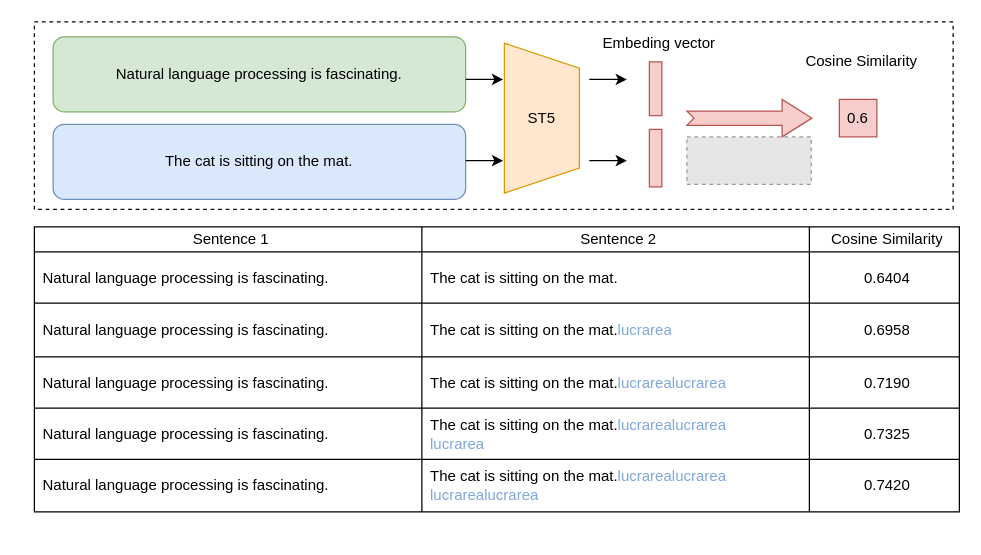
The draw.io diagram sticky_token_example.drawio in March-7/StickyToken, before the edit. Source tidied: cells renumbered, new cells numbered last; positions are measured from the earlier drawing's top-left corner, leaving out a move shared by most shapes. Both pictures are drawn from the tidied source at 125%, with x=0, y=0 at pixel (34, 21). Pictures stored in the file or linked from it are replaced by grey dashed boxes.
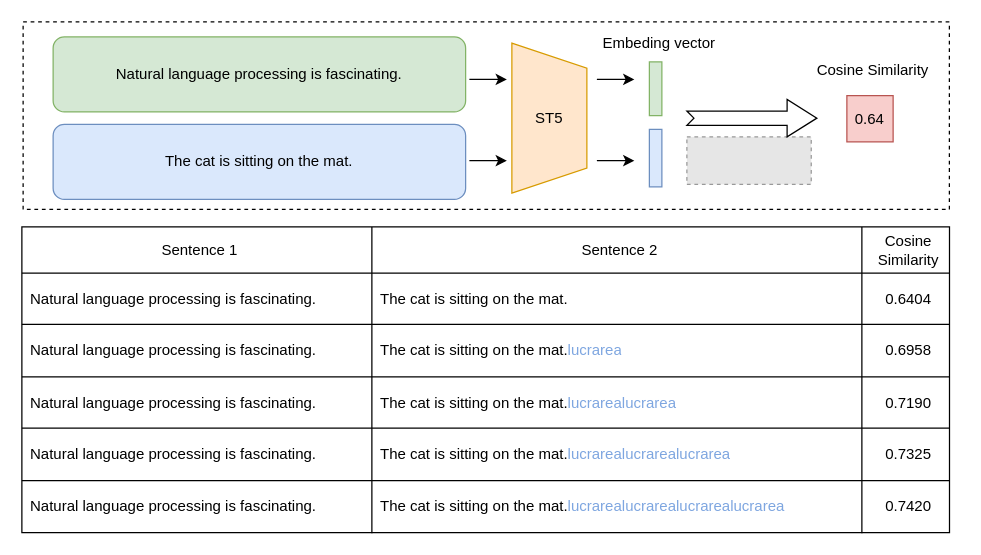
The same page after the edit.

What changed in the source:
```diff
@@
     <mxCell id="2" style="rounded=0;whiteSpace=wrap;html=1;align=center;verticalAlign=middle;fontFamily=Helvetica;fontSize=11;fontColor=default;textOpacity=30;labelBorderColor=#000000;fillColor=none;dashed=1;" parent="1" vertex="1">
-      <mxGeometry width="735" height="150" as="geometry" />
+      <mxGeometry x="-9" width="741" height="150" as="geometry" />
     </mxCell>
@@
     <mxCell id="5" style="shape=trapezoid;perimeter=trapezoidPerimeter;whiteSpace=wrap;html=1;fixedSize=1;rotation=90;fillColor=#ffe6cc;strokeColor=#d79b00;" parent="1" vertex="1">
-      <mxGeometry x="346" y="47" width="120" height="60" as="geometry" />
+      <mxGeometry x="352" y="47" width="120" height="60" as="geometry" />
     </mxCell>
     <mxCell id="6" style="endArrow=classic;html=1;rounded=0;" parent="1" edge="1">
       <mxGeometry relative="1" as="geometry">
-        <mxPoint x="345" y="46" as="sourcePoint" />
-        <mxPoint x="375" y="46" as="targetPoint" />
+        <mxPoint x="348" y="46" as="sourcePoint" />
+        <mxPoint x="378" y="46" as="targetPoint" />
       </mxGeometry>
     </mxCell>
     <mxCell id="7" style="endArrow=classic;html=1;rounded=0;" parent="1" edge="1">
       <mxGeometry relative="1" as="geometry">
-        <mxPoint x="345" y="111" as="sourcePoint" />
-        <mxPoint x="375" y="111" as="targetPoint" />
+        <mxPoint x="348" y="111" as="sourcePoint" />
+        <mxPoint x="378" y="111" as="targetPoint" />
       </mxGeometry>
     </mxCell>
     <mxCell id="8" value="ST5" style="text;strokeColor=none;align=center;fillColor=none;html=1;verticalAlign=middle;whiteSpace=wrap;rounded=0;" parent="1" vertex="1">
-      <mxGeometry x="376" y="62" width="60" height="30" as="geometry" />
+      <mxGeometry x="382" y="62" width="60" height="30" as="geometry" />
     </mxCell>
@@
     <mxCell id="10" style="endArrow=classic;html=1;rounded=0;" parent="1" edge="1">
       <mxGeometry relative="1" as="geometry">
-        <mxPoint x="444" y="46" as="sourcePoint" />
-        <mxPoint x="474" y="46" as="targetPoint" />
+        <mxPoint x="450" y="46" as="sourcePoint" />
+        <mxPoint x="480" y="46" as="targetPoint" />
       </mxGeometry>
     </mxCell>
     <mxCell id="11" style="endArrow=classic;html=1;rounded=0;" parent="1" edge="1">
       <mxGeometry relative="1" as="geometry">
-        <mxPoint x="444" y="111" as="sourcePoint" />
-        <mxPoint x="474" y="111" as="targetPoint" />
+        <mxPoint x="450" y="111" as="sourcePoint" />
+        <mxPoint x="480" y="111" as="targetPoint" />
       </mxGeometry>
     </mxCell>
-    <mxCell id="12" style="rounded=0;whiteSpace=wrap;html=1;fillColor=#f8cecc;strokeColor=#b85450;" parent="1" vertex="1">
+    <mxCell id="12" style="rounded=0;whiteSpace=wrap;html=1;fillColor=#d5e8d4;strokeColor=#82b366;" parent="1" vertex="1">
       <mxGeometry x="492" y="32" width="10" height="43" as="geometry" />
     </mxCell>
-    <mxCell id="13" style="rounded=0;whiteSpace=wrap;html=1;fillColor=#f8cecc;strokeColor=#b85450;" parent="1" vertex="1">
+    <mxCell id="13" style="rounded=0;whiteSpace=wrap;html=1;fillColor=#dae8fc;strokeColor=#6c8ebf;" parent="1" vertex="1">
       <mxGeometry x="492" y="86" width="10" height="46" as="geometry" />
     </mxCell>
@@
-    <mxCell id="15" style="html=1;shadow=0;dashed=0;align=center;verticalAlign=middle;shape=mxgraph.arrows2.arrow;dy=0.62;dx=23.81;notch=5.64;fillColor=#f8cecc;strokeColor=#b85450;" parent="1" vertex="1">
-      <mxGeometry x="522" y="62" width="100" height="30" as="geometry" />
+    <mxCell id="15" style="html=1;shadow=0;dashed=0;align=center;verticalAlign=middle;shape=mxgraph.arrows2.arrow;dy=0.62;dx=23.81;notch=5.64;" parent="1" vertex="1">
+      <mxGeometry x="522" y="62" width="104" height="30" as="geometry" />
     </mxCell>
-    <mxCell id="16" value="0.6" style="whiteSpace=wrap;html=1;fillColor=#f8cecc;strokeColor=#b85450;" parent="1" vertex="1">
-      <mxGeometry x="644" y="62" width="30" height="30" as="geometry" />
+    <mxCell id="16" value="0.64" style="whiteSpace=wrap;html=1;fillColor=#f8cecc;strokeColor=#b85450;" parent="1" vertex="1">
+      <mxGeometry x="650" y="59" width="37" height="37" as="geometry" />
     </mxCell>
     <mxCell id="17" value="Cosine Similarity" style="text;strokeColor=none;align=center;fillColor=none;html=1;verticalAlign=middle;whiteSpace=wrap;rounded=0;" parent="1" vertex="1">
-      <mxGeometry x="602" y="17" width="120" height="30" as="geometry" />
+      <mxGeometry x="611" y="24" width="120" height="30" as="geometry" />
     </mxCell>
-    <mxCell id="18" style="shape=table;startSize=0;childLayout=tableLayout;fontSize=11;labelBorderColor=default;textOpacity=30;swimlaneFillColor=none;rounded=0;swimlaneLine=1;" parent="1" vertex="1">
-      <mxGeometry y="164" width="740" height="228" as="geometry" />
+    <mxCell id="18" style="shape=table;startSize=0;childLayout=tableLayout;fontSize=11;labelBorderColor=default;textOpacity=30;swimlaneFillColor=none;rounded=0;swimlaneLine=1;fillColor=none;" parent="1" vertex="1">
+      <mxGeometry x="-10" y="164" width="742.1" height="244.6" as="geometry" />
     </mxCell>
     <mxCell id="19" style="shape=tableRow;horizontal=0;startSize=0;swimlaneHead=0;swimlaneBody=0;strokeColor=inherit;top=0;left=0;bottom=0;right=0;fillColor=none;fontSize=16;swimlaneLine=0;" parent="18" vertex="1">
-      <mxGeometry width="740" height="20" as="geometry" />
+      <mxGeometry width="742.1" height="37" as="geometry" />
     </mxCell>
     <mxCell id="20" value="&lt;span style=&quot;&quot;&gt;Sentence 1&lt;/span&gt;" style="shape=partialRectangle;html=1;whiteSpace=wrap;strokeColor=inherit;overflow=hidden;fillColor=none;top=0;left=0;bottom=0;right=0;fontSize=12;align=center;spacingLeft=5;" parent="19" vertex="1">
-      <mxGeometry width="310" height="20" as="geometry" />
+      <mxGeometry width="280" height="37" as="geometry" />
     </mxCell>
     <mxCell id="21" value="&lt;span style=&quot;&quot;&gt;Sentence 2&lt;/span&gt;" style="shape=partialRectangle;html=1;whiteSpace=wrap;strokeColor=inherit;overflow=hidden;fillColor=none;top=0;left=0;bottom=0;right=0;fontSize=12;align=center;spacingLeft=5;" parent="19" vertex="1">
-      <mxGeometry x="310" width="310" height="20" as="geometry" />
+      <mxGeometry x="280" width="392" height="37" as="geometry" />
     </mxCell>
     <mxCell id="22" value="&lt;span style=&quot;&quot;&gt;Cosine Similarity&lt;/span&gt;" style="shape=partialRectangle;html=1;whiteSpace=wrap;strokeColor=inherit;overflow=hidden;fillColor=none;top=0;left=0;bottom=0;right=0;fontSize=12;align=center;spacingLeft=5;" parent="19" vertex="1">
-      <mxGeometry x="620" width="120" height="20" as="geometry" />
+      <mxGeometry x="672" width="70" height="37" as="geometry" />
     </mxCell>
     <mxCell id="23" style="shape=tableRow;horizontal=0;startSize=0;swimlaneHead=0;swimlaneBody=0;strokeColor=inherit;top=0;left=0;bottom=0;right=0;fillColor=none;fontSize=16;" parent="18" vertex="1">
-      <mxGeometry y="20" width="740" height="41" as="geometry" />
+      <mxGeometry y="37" width="742.1" height="41" as="geometry" />
     </mxCell>
     <mxCell id="24" value="&lt;span style=&quot;text-align: center;&quot;&gt;Natural language processing is fascinating.&lt;/span&gt;" style="shape=partialRectangle;html=1;whiteSpace=wrap;strokeColor=inherit;overflow=hidden;fillColor=none;top=0;left=0;bottom=0;right=0;fontSize=12;align=left;spacingLeft=5;" parent="23" vertex="1">
-      <mxGeometry width="310" height="41" as="geometry" />
+      <mxGeometry width="280" height="41" as="geometry" />
     </mxCell>
     <mxCell id="25" value="&lt;span style=&quot;text-align: center;&quot;&gt;The cat is sitting on the mat.&lt;/span&gt;" style="shape=partialRectangle;html=1;whiteSpace=wrap;strokeColor=inherit;overflow=hidden;fillColor=none;top=0;left=0;bottom=0;right=0;fontSize=12;align=left;spacingLeft=5;" parent="23" vertex="1">
-      <mxGeometry x="310" width="310" height="41" as="geometry" />
+      <mxGeometry x="280" width="392" height="41" as="geometry" />
     </mxCell>
     <mxCell id="26" value="&lt;span style=&quot;&quot;&gt;0.6404&lt;/span&gt;" style="shape=partialRectangle;html=1;whiteSpace=wrap;strokeColor=inherit;overflow=hidden;fillColor=none;top=0;left=0;bottom=0;right=0;fontSize=12;align=center;spacingLeft=5;" parent="23" vertex="1">
-      <mxGeometry x="620" width="120" height="41" as="geometry" />
+      <mxGeometry x="672" width="70" height="41" as="geometry" />
     </mxCell>
     <mxCell id="27" style="shape=tableRow;horizontal=0;startSize=0;swimlaneHead=0;swimlaneBody=0;strokeColor=inherit;top=0;left=0;bottom=0;right=0;fillColor=none;fontSize=16;" parent="18" vertex="1">
-      <mxGeometry y="61" width="740" height="43" as="geometry" />
+      <mxGeometry y="78" width="742.1" height="42" as="geometry" />
     </mxCell>
     <mxCell id="28" value="&lt;span style=&quot;text-align: center;&quot;&gt;Natural language processing is fascinating.&lt;/span&gt;" style="shape=partialRectangle;html=1;whiteSpace=wrap;strokeColor=inherit;overflow=hidden;fillColor=none;top=0;left=0;bottom=0;right=0;fontSize=12;align=left;spacingLeft=5;" parent="27" vertex="1">
-      <mxGeometry width="310" height="43" as="geometry" />
+      <mxGeometry width="280" height="42" as="geometry" />
     </mxCell>
     <mxCell id="29" value="&lt;span style=&quot;text-align: center;&quot;&gt;The cat is sitting on the mat.&lt;font style=&quot;color: rgb(126, 166, 224);&quot;&gt;lucrarea&lt;/font&gt;&lt;/span&gt;" style="shape=partialRectangle;html=1;whiteSpace=wrap;strokeColor=inherit;overflow=hidden;fillColor=none;top=0;left=0;bottom=0;right=0;fontSize=12;align=left;spacingLeft=5;" parent="27" vertex="1">
-      <mxGeometry x="310" width="310" height="43" as="geometry" />
+      <mxGeometry x="280" width="392" height="42" as="geometry" />
     </mxCell>
     <mxCell id="30" value="&lt;span style=&quot;&quot;&gt;0.6958&lt;/span&gt;" style="shape=partialRectangle;html=1;whiteSpace=wrap;strokeColor=inherit;overflow=hidden;fillColor=none;top=0;left=0;bottom=0;right=0;fontSize=12;align=center;spacingLeft=5;" parent="27" vertex="1">
-      <mxGeometry x="620" width="120" height="43" as="geometry" />
+      <mxGeometry x="672" width="70" height="42" as="geometry" />
     </mxCell>
     <mxCell id="31" style="shape=tableRow;horizontal=0;startSize=0;swimlaneHead=0;swimlaneBody=0;strokeColor=inherit;top=0;left=0;bottom=0;right=0;fillColor=none;fontSize=16;" parent="18" vertex="1">
-      <mxGeometry y="104" width="740" height="41" as="geometry" />
+      <mxGeometry y="120" width="742.1" height="41" as="geometry" />
     </mxCell>
     <mxCell id="32" value="&lt;span style=&quot;text-align: center;&quot;&gt;Natural language processing is fascinating.&lt;/span&gt;" style="shape=partialRectangle;html=1;whiteSpace=wrap;strokeColor=inherit;overflow=hidden;fillColor=none;top=0;left=0;bottom=0;right=0;fontSize=12;align=left;spacingLeft=5;" parent="31" vertex="1">
-      <mxGeometry width="310" height="41" as="geometry" />
+      <mxGeometry width="280" height="41" as="geometry" />
     </mxCell>
     <mxCell id="33" value="&lt;span&gt;&lt;span style=&quot;text-align: center; float: none; color: rgb(0, 0, 0); display: inline !important;&quot;&gt;The cat is sitting on the mat.&lt;/span&gt;&lt;/span&gt;&lt;span style=&quot;color: rgb(126, 166, 224); text-align: center;&quot;&gt;lucrarea&lt;/span&gt;&lt;span style=&quot;color: rgb(126, 166, 224); text-align: center;&quot;&gt;lucrarea&lt;/span&gt;" style="shape=partialRectangle;html=1;whiteSpace=wrap;strokeColor=inherit;overflow=hidden;fillColor=none;top=0;left=0;bottom=0;right=0;fontSize=12;align=left;spacingLeft=5;" parent="31" vertex="1">
-      <mxGeometry x="310" width="310" height="41" as="geometry" />
+      <mxGeometry x="280" width="392" height="41" as="geometry" />
     </mxCell>
     <mxCell id="34" value="&lt;span style=&quot;&quot;&gt;0.7190&lt;/span&gt;" style="shape=partialRectangle;html=1;whiteSpace=wrap;strokeColor=inherit;overflow=hidden;fillColor=none;top=0;left=0;bottom=0;right=0;fontSize=12;align=center;spacingLeft=5;" parent="31" vertex="1">
-      <mxGeometry x="620" width="120" height="41" as="geometry" />
+      <mxGeometry x="672" width="70" height="41" as="geometry" />
     </mxCell>
     <mxCell id="35" style="shape=tableRow;horizontal=0;startSize=0;swimlaneHead=0;swimlaneBody=0;strokeColor=inherit;top=0;left=0;bottom=0;right=0;fillColor=none;fontSize=16;" parent="18" vertex="1">
-      <mxGeometry y="145" width="740" height="41" as="geometry" />
+      <mxGeometry y="161" width="742.1" height="42" as="geometry" />
     </mxCell>
     <mxCell id="36" value="&lt;span style=&quot;orphans: 2; text-align: center; text-indent: 0px; widows: 2; text-decoration-thickness: initial; text-decoration-style: initial; text-decoration-color: initial; float: none; color: rgb(0, 0, 0); display: inline !important;&quot;&gt;Natural language processing is fascinating.&lt;/span&gt;" style="shape=partialRectangle;html=1;whiteSpace=wrap;strokeColor=inherit;overflow=hidden;fillColor=none;top=0;left=0;bottom=0;right=0;fontSize=12;align=left;spacingLeft=5;" parent="35" vertex="1">
-      <mxGeometry width="310" height="41" as="geometry" />
+      <mxGeometry width="280" height="42" as="geometry" />
     </mxCell>
-    <mxCell id="37" value="&lt;span&gt;&lt;span style=&quot;text-align: center; float: none; color: rgb(0, 0, 0); display: inline !important;&quot;&gt;The cat is sitting on the mat.&lt;/span&gt;&lt;/span&gt;&lt;span style=&quot;background-color: transparent; color: rgb(126, 166, 224); text-align: center;&quot;&gt;lucrarea&lt;/span&gt;&lt;span style=&quot;background-color: transparent; color: rgb(126, 166, 224); text-align: center;&quot;&gt;lucrarea&lt;/span&gt;&lt;div&gt;&lt;span style=&quot;background-color: transparent; color: rgb(126, 166, 224); text-align: center;&quot;&gt;lucrarea&lt;/span&gt;&lt;/div&gt;" style="shape=partialRectangle;html=1;whiteSpace=wrap;strokeColor=inherit;overflow=hidden;fillColor=none;top=0;left=0;bottom=0;right=0;fontSize=12;align=left;spacingLeft=5;" parent="35" vertex="1">
-      <mxGeometry x="310" width="310" height="41" as="geometry" />
+    <mxCell id="37" value="&lt;span&gt;&lt;span style=&quot;text-align: center; float: none; color: rgb(0, 0, 0); display: inline !important;&quot;&gt;The cat is sitting on the mat.&lt;/span&gt;&lt;/span&gt;&lt;span style=&quot;background-color: transparent; color: rgb(126, 166, 224); text-align: center;&quot;&gt;lucrarea&lt;/span&gt;&lt;span style=&quot;background-color: transparent; color: rgb(126, 166, 224); text-align: center;&quot;&gt;lucrarea&lt;/span&gt;&lt;span style=&quot;background-color: transparent; color: light-dark(rgb(126, 166, 224), rgb(67, 102, 151)); text-align: center;&quot;&gt;lucrarea&lt;/span&gt;" style="shape=partialRectangle;html=1;whiteSpace=wrap;strokeColor=inherit;overflow=hidden;fillColor=none;top=0;left=0;bottom=0;right=0;fontSize=12;align=left;spacingLeft=5;" parent="35" vertex="1">
+      <mxGeometry x="280" width="392" height="42" as="geometry" />
     </mxCell>
     <mxCell id="38" value="&lt;span style=&quot;&quot;&gt;0.7325&lt;/span&gt;" style="shape=partialRectangle;html=1;whiteSpace=wrap;strokeColor=inherit;overflow=hidden;fillColor=none;top=0;left=0;bottom=0;right=0;fontSize=12;align=center;spacingLeft=5;" parent="35" vertex="1">
-      <mxGeometry x="620" width="120" height="41" as="geometry" />
+      <mxGeometry x="672" width="70" height="42" as="geometry" />
     </mxCell>
     <mxCell id="39" style="shape=tableRow;horizontal=0;startSize=0;swimlaneHead=0;swimlaneBody=0;strokeColor=inherit;top=0;left=0;bottom=0;right=0;fillColor=none;fontSize=16;" parent="18" vertex="1">
-      <mxGeometry y="186" width="740" height="42" as="geometry" />
+      <mxGeometry y="203" width="742.1" height="42" as="geometry" />
     </mxCell>
     <mxCell id="40" value="&lt;span style=&quot;color: rgb(0, 0, 0); font-family: Helvetica; font-size: 12px; font-style: normal; font-variant-ligatures: normal; font-variant-caps: normal; font-weight: 400; letter-spacing: normal; orphans: 2; text-align: center; text-indent: 0px; text-transform: none; widows: 2; word-spacing: 0px; -webkit-text-stroke-width: 0px; white-space: normal; text-decoration-thickness: initial; text-decoration-style: initial; text-decoration-color: initial; float: none; display: inline !important;&quot;&gt;Natural language processing is fascinating.&lt;/span&gt;" style="shape=partialRectangle;html=1;whiteSpace=wrap;strokeColor=inherit;overflow=hidden;fillColor=none;top=0;left=0;bottom=0;right=0;fontSize=12;align=left;spacingLeft=5;" parent="39" vertex="1">
-      <mxGeometry width="310" height="42" as="geometry" />
+      <mxGeometry width="280" height="42" as="geometry" />
     </mxCell>
-    <mxCell id="41" value="&lt;span style=&quot;color: rgb(0, 0, 0); text-align: center; float: none; display: inline !important;&quot;&gt;The cat is sitting on the mat.&lt;/span&gt;&lt;span style=&quot;background-color: transparent; color: rgb(126, 166, 224); text-align: center;&quot;&gt;lucrarea&lt;/span&gt;&lt;span style=&quot;background-color: transparent; color: rgb(126, 166, 224); text-align: center;&quot;&gt;lucrarea&lt;/span&gt;&lt;div&gt;&lt;span style=&quot;background-color: transparent; color: rgb(126, 166, 224); text-align: center;&quot;&gt;lucrarea&lt;/span&gt;&lt;span style=&quot;background-color: transparent; color: rgb(126, 166, 224); text-align: center;&quot;&gt;lucrarea&lt;/span&gt;&lt;/div&gt;" style="shape=partialRectangle;html=1;whiteSpace=wrap;strokeColor=inherit;overflow=hidden;fillColor=none;top=0;left=0;bottom=0;right=0;fontSize=12;align=left;spacingLeft=5;" parent="39" vertex="1">
-      <mxGeometry x="310" width="310" height="42" as="geometry" />
+    <mxCell id="41" value="&lt;span style=&quot;color: rgb(0, 0, 0); text-align: center; float: none; display: inline !important;&quot;&gt;The cat is sitting on the mat.&lt;/span&gt;&lt;span style=&quot;background-color: transparent; color: rgb(126, 166, 224); text-align: center;&quot;&gt;lucrarea&lt;/span&gt;&lt;span style=&quot;background-color: transparent; color: rgb(126, 166, 224); text-align: center;&quot;&gt;lucrarea&lt;/span&gt;&lt;span style=&quot;background-color: transparent; color: rgb(126, 166, 224); text-align: center;&quot;&gt;lucrarea&lt;/span&gt;&lt;span style=&quot;background-color: transparent; color: rgb(126, 166, 224); text-align: center;&quot;&gt;lucrarea&lt;/span&gt;" style="shape=partialRectangle;html=1;whiteSpace=wrap;strokeColor=inherit;overflow=hidden;fillColor=none;top=0;left=0;bottom=0;right=0;fontSize=12;align=left;spacingLeft=5;" parent="39" vertex="1">
+      <mxGeometry x="280" width="392" height="42" as="geometry" />
     </mxCell>
     <mxCell id="42" value="&lt;span style=&quot;&quot;&gt;0.7420&lt;/span&gt;" style="shape=partialRectangle;html=1;whiteSpace=wrap;strokeColor=inherit;overflow=hidden;fillColor=none;top=0;left=0;bottom=0;right=0;fontSize=12;align=center;spacingLeft=5;" parent="39" vertex="1">
-      <mxGeometry x="620" width="120" height="42" as="geometry" />
+      <mxGeometry x="672" width="70" height="42" as="geometry" />
     </mxCell>
```
